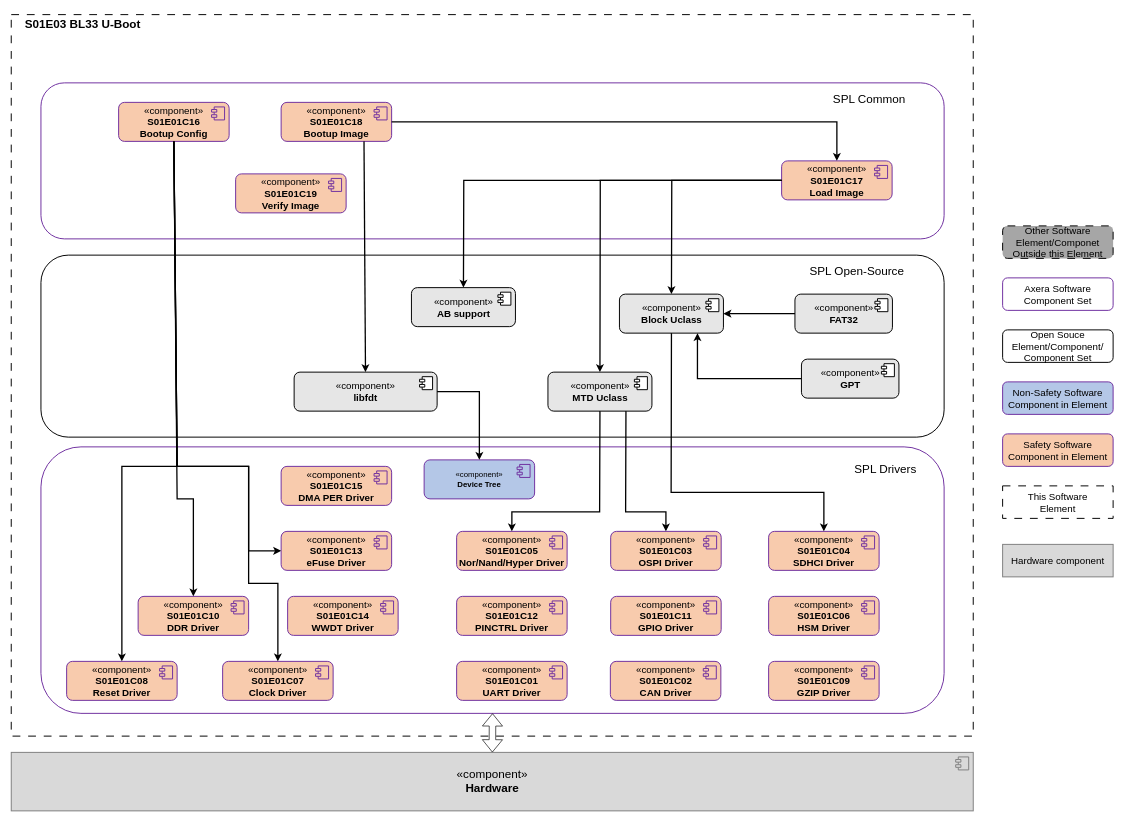
The draw.io diagram drawio/spl-components.drawio in chasinglulu/tools, before the edit. Source tidied: cells renumbered, new cells numbered last; positions are measured from the earlier drawing's top-left corner, leaving out a move shared by most shapes. Both pictures are drawn from the tidied source at 65%, with x=0, y=0 at pixel (11, 11).
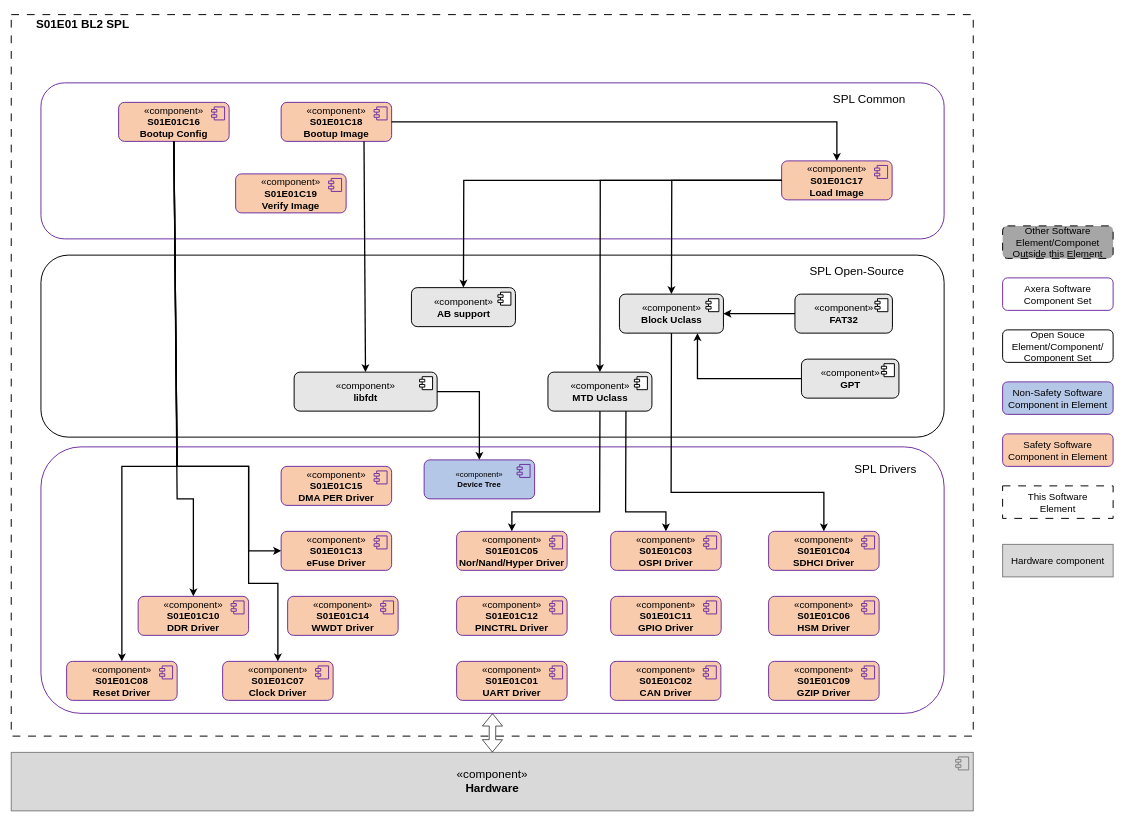
The same page after the edit.

What changed in the source:
```diff
@@
-    <mxCell id="76" value="&lt;font style=&quot;font-size: 18px;&quot;&gt;&lt;b&gt;S01E03 BL33 U-Boot&lt;/b&gt;&lt;/font&gt;" style="text;html=1;align=center;verticalAlign=middle;whiteSpace=wrap;rounded=0;" parent="1" vertex="1">
+    <mxCell id="76" value="&lt;font style=&quot;font-size: 18px;&quot;&gt;&lt;b&gt;S01E01 BL2 SPL&lt;/b&gt;&lt;/font&gt;" style="text;html=1;align=center;verticalAlign=middle;whiteSpace=wrap;rounded=0;" parent="1" vertex="1">
       <mxGeometry x="5" width="210" height="40" as="geometry" />
     </mxCell>
```
